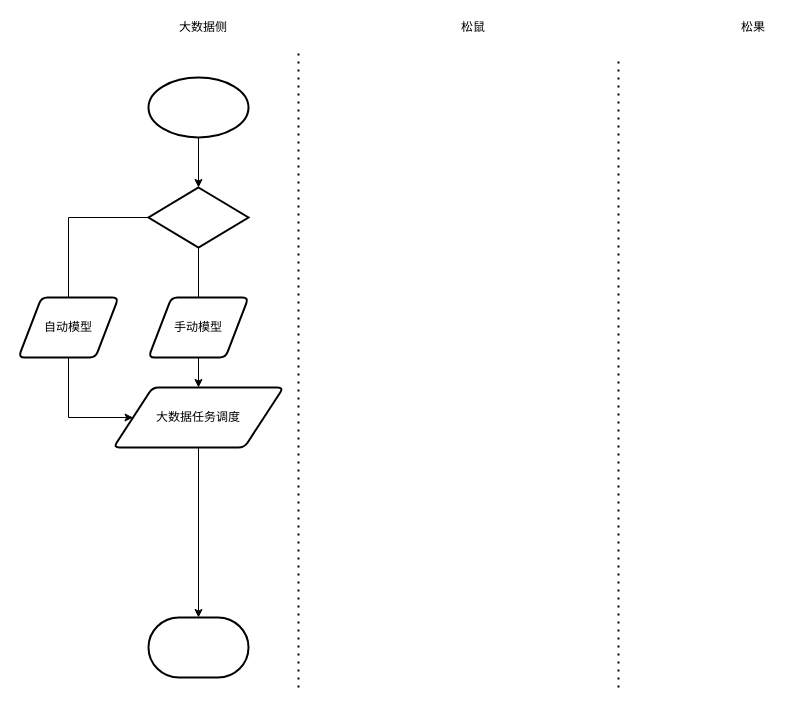
This is 线索线上化.drawio from hack0303/draw.io-store, a draw.io file, before an edit. Source tidied: cells renumbered, new cells numbered last; positions are measured from the earlier drawing's top-left corner, leaving out a move shared by most shapes. Both pictures are drawn from the tidied source at 100%, with x=0, y=0 at pixel (18, 17).
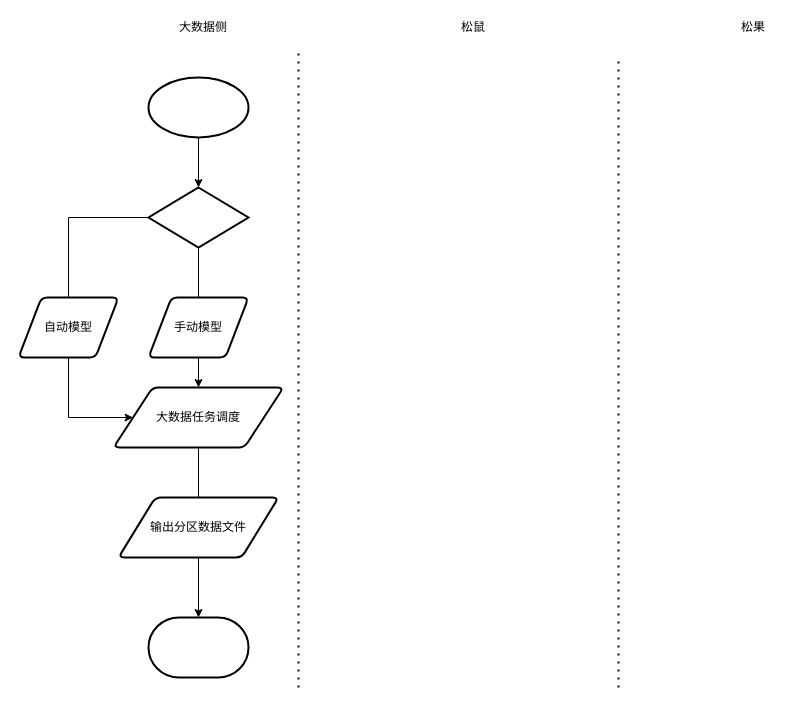
The same page after the edit.

Commit message (it also covers changes not shown here):
Update 线索线上化.drawio

Diff of the diagram source:
```diff
@@
+    <mxCell id="17" value="输出分区数据文件" style="shape=parallelogram;html=1;strokeWidth=2;perimeter=parallelogramPerimeter;whiteSpace=wrap;rounded=1;arcSize=12;size=0.23;" parent="1" vertex="1">
+      <mxGeometry x="100" y="480" width="160" height="60" as="geometry" />
+    </mxCell>
```
